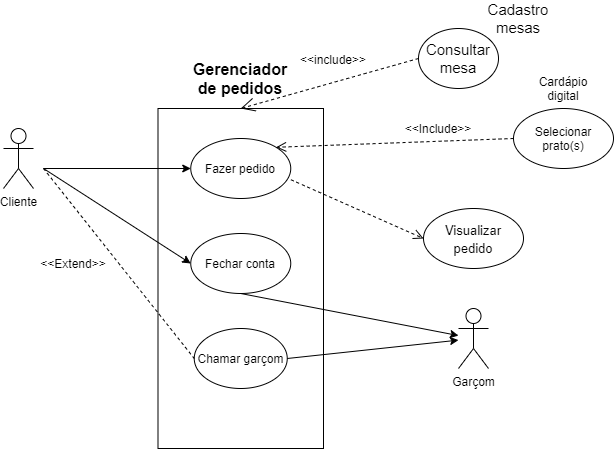
The draw.io diagram AssitenteEletronico.drawio.png in hinname/project-Restaurant, before a commit. Source tidied: cells renumbered, new cells last; positions are measured from the earlier drawing's top-left corner, leaving out a move shared by most shapes. The source it was exported from:
```xml
<mxGraphModel>
  <root>
    <mxCell id="0" />
    <mxCell id="1" parent="0" />
    <mxCell id="2" style="rounded=0;whiteSpace=wrap;html=1;" parent="1" vertex="1">
      <mxGeometry x="154.5" y="100" width="165.5" height="340" as="geometry" />
    </mxCell>
    <mxCell id="3" value="Cliente" style="shape=umlActor;verticalLabelPosition=bottom;verticalAlign=top;html=1;" parent="1" vertex="1">
      <mxGeometry y="120" width="30" height="60" as="geometry" />
    </mxCell>
    <mxCell id="4" value="&lt;b&gt;&lt;font style=&quot;font-size: 16px&quot;&gt;Gerenciador de pedidos&lt;/font&gt;&lt;/b&gt;" style="text;html=1;strokeColor=none;fillColor=none;align=center;verticalAlign=middle;whiteSpace=wrap;rounded=0;" parent="1" vertex="1">
      <mxGeometry x="217.2" y="60" width="40" height="20" as="geometry" />
    </mxCell>
    <mxCell id="5" value="Garçom" style="shape=umlActor;verticalLabelPosition=bottom;verticalAlign=top;html=1;outlineConnect=0;" parent="1" vertex="1">
      <mxGeometry x="455" y="300" width="30" height="60" as="geometry" />
    </mxCell>
    <mxCell id="6" value="Fazer pedido" style="ellipse;whiteSpace=wrap;html=1;" parent="1" vertex="1">
      <mxGeometry x="187.2" y="130" width="100" height="60" as="geometry" />
    </mxCell>
    <mxCell id="7" value="Fechar conta" style="ellipse;whiteSpace=wrap;html=1;" parent="1" vertex="1">
      <mxGeometry x="187.2" y="225" width="100" height="60" as="geometry" />
    </mxCell>
    <mxCell id="8" value="Chamar garçom" style="ellipse;whiteSpace=wrap;html=1;" parent="1" vertex="1">
      <mxGeometry x="190.8" y="320" width="93" height="60" as="geometry" />
    </mxCell>
    <mxCell id="9" value="Selecionar prato(s)" style="ellipse;whiteSpace=wrap;html=1;" parent="1" vertex="1">
      <mxGeometry x="510" y="100" width="100" height="60" as="geometry" />
    </mxCell>
    <mxCell id="10" value="&amp;lt;&amp;lt;Include&amp;gt;&amp;gt;" style="text;html=1;strokeColor=none;fillColor=none;align=center;verticalAlign=middle;whiteSpace=wrap;rounded=0;" parent="1" vertex="1">
      <mxGeometry x="415" y="110" width="40" height="20" as="geometry" />
    </mxCell>
    <mxCell id="11" style="endArrow=classic;html=1;entryX=0;entryY=0.5;entryDx=0;entryDy=0;" parent="1" edge="1" target="6">
      <mxGeometry relative="1" as="geometry">
        <mxPoint x="40" y="160" as="sourcePoint" />
      </mxGeometry>
    </mxCell>
    <mxCell id="12" style="endArrow=classic;html=1;entryX=0;entryY=0.5;entryDx=0;entryDy=0;" parent="1" edge="1" target="7">
      <mxGeometry relative="1" as="geometry">
        <mxPoint x="40" y="160" as="sourcePoint" />
      </mxGeometry>
    </mxCell>
    <mxCell id="13" style="endArrow=classic;html=1;exitX=0.5;exitY=1;exitDx=0;exitDy=0;" parent="1" edge="1" source="7" target="5">
      <mxGeometry relative="1" as="geometry" />
    </mxCell>
    <mxCell id="14" style="endArrow=classic;html=1;exitX=1;exitY=0.5;exitDx=0;exitDy=0;" parent="1" edge="1" source="8" target="5">
      <mxGeometry relative="1" as="geometry" />
    </mxCell>
    <mxCell id="15" style="endArrow=none;dashed=1;html=1;entryX=0;entryY=0.5;entryDx=0;entryDy=0;" parent="1" edge="1" target="8">
      <mxGeometry relative="1" as="geometry">
        <mxPoint x="40" y="160" as="sourcePoint" />
      </mxGeometry>
    </mxCell>
    <mxCell id="16" value="&amp;lt;&amp;lt;Extend&amp;gt;&amp;gt;" style="text;html=1;strokeColor=none;fillColor=none;align=center;verticalAlign=middle;whiteSpace=wrap;rounded=0;" parent="1" vertex="1">
      <mxGeometry x="50" y="245" width="40" height="20" as="geometry" />
    </mxCell>
    <mxCell id="17" value="Cardápio digital" style="text;html=1;strokeColor=none;fillColor=none;align=center;verticalAlign=middle;whiteSpace=wrap;rounded=0;" parent="1" vertex="1">
      <mxGeometry x="540" y="70" width="40" height="20" as="geometry" />
    </mxCell>
    <mxCell id="18" value="&lt;span style=&quot;font-size: 13px&quot;&gt;Visualizar pedido&lt;/span&gt;" style="ellipse;whiteSpace=wrap;html=1;fontSize=15;strokeColor=#000000;" parent="1" vertex="1">
      <mxGeometry x="420" y="200" width="100" height="60" as="geometry" />
    </mxCell>
    <mxCell id="19" style="html=1;verticalAlign=bottom;endArrow=open;dashed=1;endSize=8;fontSize=15;exitX=0;exitY=0.5;exitDx=0;exitDy=0;entryX=1;entryY=0;entryDx=0;entryDy=0;" parent="1" edge="1" source="9" target="6">
      <mxGeometry relative="1" as="geometry" />
    </mxCell>
    <mxCell id="20" value="Consultar mesa" style="ellipse;whiteSpace=wrap;html=1;strokeColor=#000000;fontSize=15;" parent="1" vertex="1">
      <mxGeometry x="415" y="20" width="80" height="60" as="geometry" />
    </mxCell>
    <mxCell id="21" value="Cadastro mesas" style="text;html=1;strokeColor=none;fillColor=none;align=center;verticalAlign=middle;whiteSpace=wrap;rounded=0;fontSize=15;" parent="1" vertex="1">
      <mxGeometry x="495" width="40" height="20" as="geometry" />
    </mxCell>
    <mxCell id="22" style="endArrow=open;endSize=12;dashed=1;html=1;fontSize=15;exitX=0;exitY=0.5;exitDx=0;exitDy=0;entryX=0.5;entryY=0;entryDx=0;entryDy=0;" parent="1" edge="1" source="20" target="2">
      <mxGeometry relative="1" as="geometry" />
    </mxCell>
    <mxCell id="23" value="&lt;font style=&quot;font-size: 12px&quot;&gt;&amp;lt;&amp;lt;include&amp;gt;&amp;gt;&lt;/font&gt;" style="text;html=1;strokeColor=none;fillColor=none;align=center;verticalAlign=middle;whiteSpace=wrap;rounded=0;fontSize=15;" parent="1" vertex="1">
      <mxGeometry x="310" y="40" width="40" height="20" as="geometry" />
    </mxCell>
    <mxCell id="24" style="html=1;verticalAlign=bottom;endArrow=open;dashed=1;endSize=8;fontSize=15;exitX=0;exitY=0.5;exitDx=0;exitDy=0;entryX=0;entryY=0.5;entryDx=0;entryDy=0;" parent="1" edge="1" target="18">
      <mxGeometry relative="1" as="geometry">
        <mxPoint x="287.4" y="171.2" as="sourcePoint" />
      </mxGeometry>
    </mxCell>
  </root>
</mxGraphModel>
```
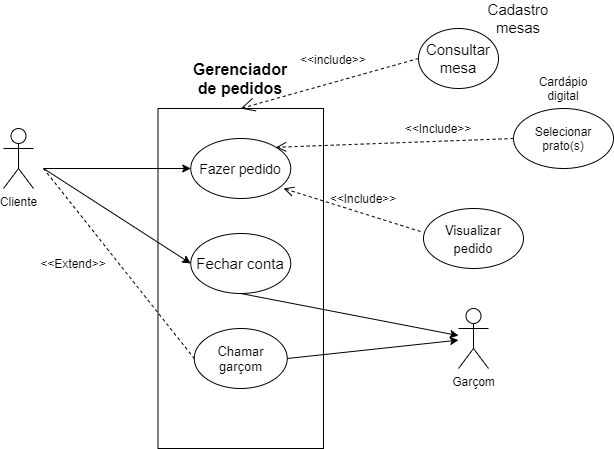
After the change.

Diff of the diagram source:
```diff
@@ -14,13 +14,13 @@
     <mxCell id="5" value="Garçom" style="shape=umlActor;verticalLabelPosition=bottom;verticalAlign=top;html=1;outlineConnect=0;" parent="1" vertex="1">
       <mxGeometry x="455" y="300" width="30" height="60" as="geometry" />
     </mxCell>
-    <mxCell id="6" value="Fazer pedido" style="ellipse;whiteSpace=wrap;html=1;" parent="1" vertex="1">
+    <mxCell id="6" value="&lt;font style=&quot;font-size: 14px&quot;&gt;Fazer pedido&lt;/font&gt;" style="ellipse;whiteSpace=wrap;html=1;" parent="1" vertex="1">
       <mxGeometry x="187.2" y="130" width="100" height="60" as="geometry" />
     </mxCell>
-    <mxCell id="7" value="Fechar conta" style="ellipse;whiteSpace=wrap;html=1;" parent="1" vertex="1">
+    <mxCell id="7" value="&lt;font style=&quot;font-size: 15px&quot;&gt;Fechar conta&lt;/font&gt;" style="ellipse;whiteSpace=wrap;html=1;" parent="1" vertex="1">
       <mxGeometry x="187.2" y="225" width="100" height="60" as="geometry" />
     </mxCell>
-    <mxCell id="8" value="Chamar garçom" style="ellipse;whiteSpace=wrap;html=1;" parent="1" vertex="1">
+    <mxCell id="8" value="&lt;font style=&quot;font-size: 13px&quot;&gt;Chamar garçom&lt;/font&gt;" style="ellipse;whiteSpace=wrap;html=1;" parent="1" vertex="1">
       <mxGeometry x="190.8" y="320" width="93" height="60" as="geometry" />
     </mxCell>
     <mxCell id="9" value="Selecionar prato(s)" style="ellipse;whiteSpace=wrap;html=1;" parent="1" vertex="1">
@@ -74,10 +74,11 @@
     <mxCell id="23" value="&lt;font style=&quot;font-size: 12px&quot;&gt;&amp;lt;&amp;lt;include&amp;gt;&amp;gt;&lt;/font&gt;" style="text;html=1;strokeColor=none;fillColor=none;align=center;verticalAlign=middle;whiteSpace=wrap;rounded=0;fontSize=15;" parent="1" vertex="1">
       <mxGeometry x="310" y="40" width="40" height="20" as="geometry" />
     </mxCell>
-    <mxCell id="24" style="html=1;verticalAlign=bottom;endArrow=open;dashed=1;endSize=8;fontSize=15;exitX=0;exitY=0.5;exitDx=0;exitDy=0;entryX=0;entryY=0.5;entryDx=0;entryDy=0;" parent="1" edge="1" target="18">
-      <mxGeometry relative="1" as="geometry">
-        <mxPoint x="287.4" y="171.2" as="sourcePoint" />
-      </mxGeometry>
+    <mxCell id="24" style="html=1;verticalAlign=bottom;endArrow=open;dashed=1;endSize=8;fontSize=15;exitX=-0.03;exitY=0.383;exitDx=0;exitDy=0;exitPerimeter=0;entryX=0.928;entryY=0.833;entryDx=0;entryDy=0;entryPerimeter=0;" parent="1" edge="1" source="18" target="6">
+      <mxGeometry relative="1" as="geometry" />
     </mxCell>
+    <mxCell id="25" value="&amp;lt;&amp;lt;Include&amp;gt;&amp;gt;" style="text;html=1;strokeColor=none;fillColor=none;align=center;verticalAlign=middle;whiteSpace=wrap;rounded=0;" parent="1" vertex="1">
+      <mxGeometry x="340" y="180" width="40" height="20" as="geometry" />
+    </mxCell>
   </root>
 </mxGraphModel>
```
